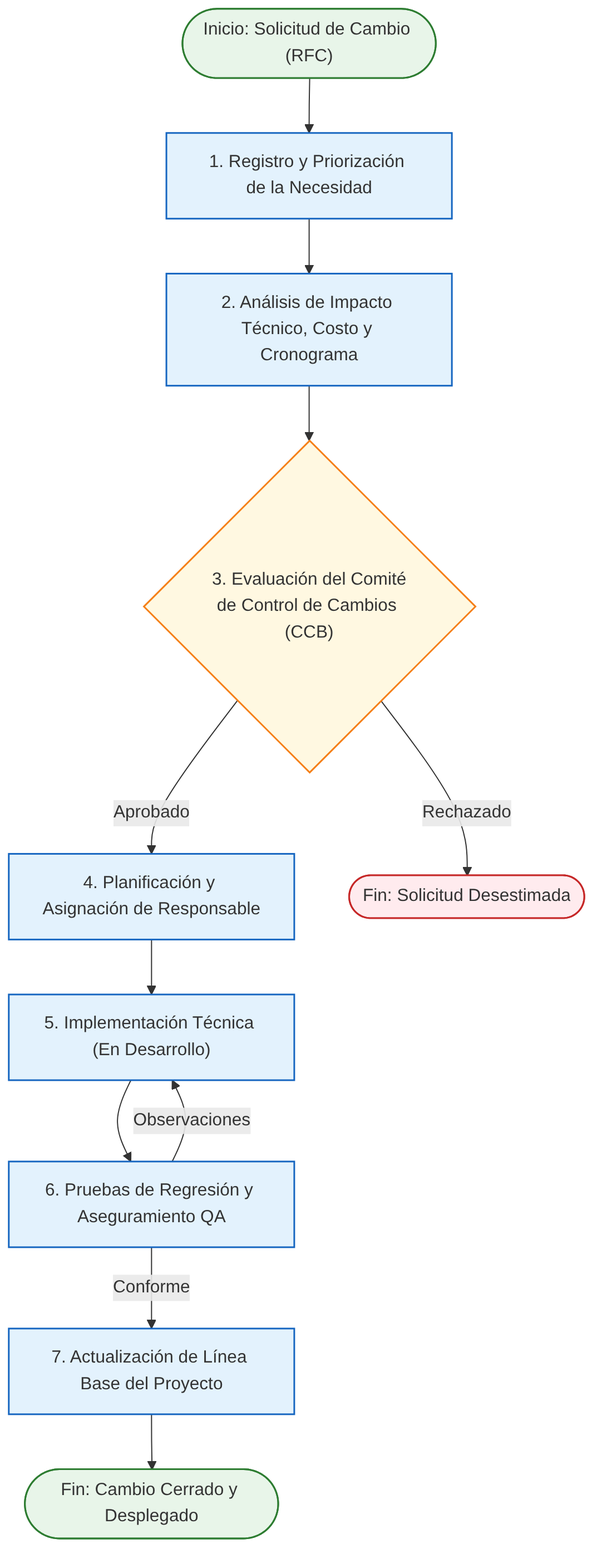
This is l2/img/flujo-gestion-cambios.png from microuni-unsa/cas-lab-turno-e-grupo-gustadev, a Mermaid export, as it was before one commit. Its source is kept beside it as l2/img/flujo-gestion-cambios.mmd.
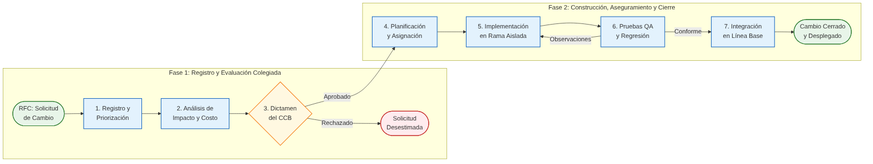
The same diagram one commit later.

Commit message:
fix(l2): eliminate blank spaces and page breaks by weaving figure citations and configuring typst placement

What changed in the source:
```diff
@@ -1,16 +1,22 @@
-flowchart TD
-    A(["Inicio: Solicitud de Cambio (RFC)"]) --> B["1. Registro y Priorización de la Necesidad"]
-    B --> C["2. Análisis de Impacto Técnico, Costo y Cronograma"]
-    C --> D{"3. Evaluación del Comité<br/>de Control de Cambios (CCB)"}
+flowchart LR
+    subgraph Fase1["Fase 1: Registro y Evaluación Colegiada"]
+        direction LR
+        A(["RFC: Solicitud<br/>de Cambio"]) --> B["1. Registro y<br/>Priorización"]
+        B --> C["2. Análisis de<br/>Impacto y Costo"]
+        C --> D{"3. Dictamen<br/>del CCB"}
+        D -- "Rechazado" --> R(["Solicitud<br/>Desestimada"])
+    end
 
-    D -- "Aprobado" --> E["4. Planificación y Asignación de Responsable"]
-    D -- "Rechazado" --> R(["Fin: Solicitud Desestimada"])
+    subgraph Fase2["Fase 2: Construcción, Aseguramiento y Cierre"]
+        direction LR
+        E["4. Planificación<br/>y Asignación"] --> F["5. Implementación<br/>en Rama Aislada"]
+        F --> G["6. Pruebas QA<br/>y Regresión"]
+        G -- "Observaciones" --> F
+        G -- "Conforme" --> H["7. Integración<br/>en Línea Base"]
+        H --> S(["Cambio Cerrado<br/>y Desplegado"])
+    end
 
-    E --> F["5. Implementación Técnica (En Desarrollo)"]
-    F --> G["6. Pruebas de Regresión y Aseguramiento QA"]
-    G -- "Observaciones" --> F
-    G -- "Conforme" --> H["7. Actualización de Línea Base del Proyecto"]
-    H --> S(["Fin: Cambio Cerrado y Desplegado"])
+    D -- "Aprobado" --> E
 
     classDef proc fill:#e3f2fd,stroke:#1565c0,stroke-width:1.5px;
     classDef decision fill:#fff8e1,stroke:#f57f17,stroke-width:1.5px;
```
